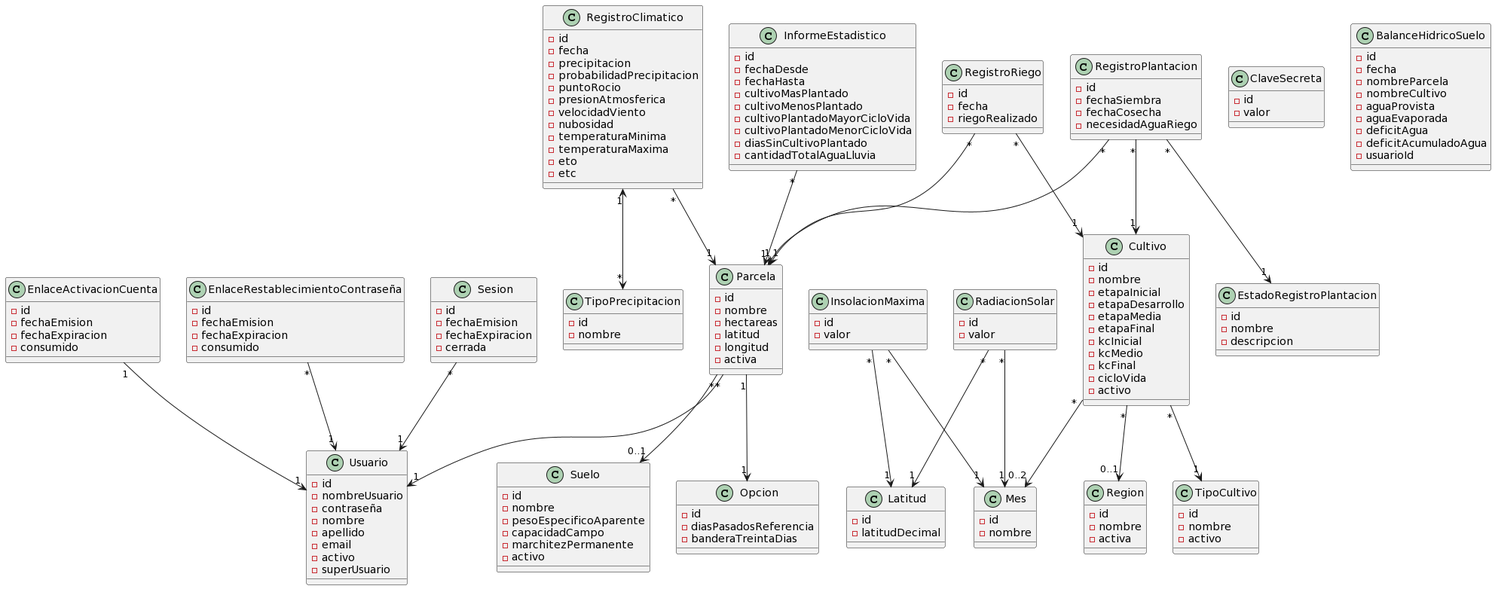
Before: docs/domain model/Modelo de dominio.png, a diagram exported from PlantUML (facundopaez-dev/sistema-web-riego).
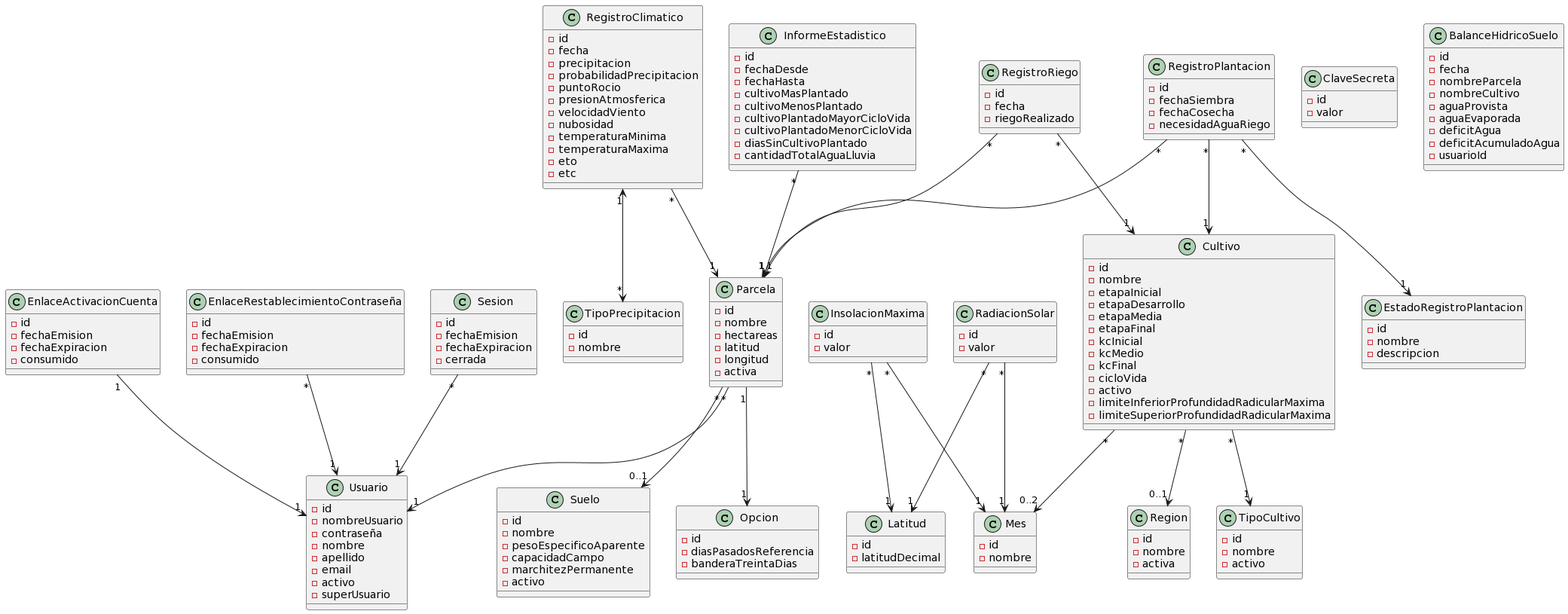
The same diagram one commit later.

What changed in the source:
```diff
@@ -54,6 +54,8 @@
 -kcFinal
 -cicloVida
 -activo
+-limiteInferiorProfundidadRadicularMaxima
+-limiteSuperiorProfundidadRadicularMaxima
 }
 
 class TipoCultivo {
```
